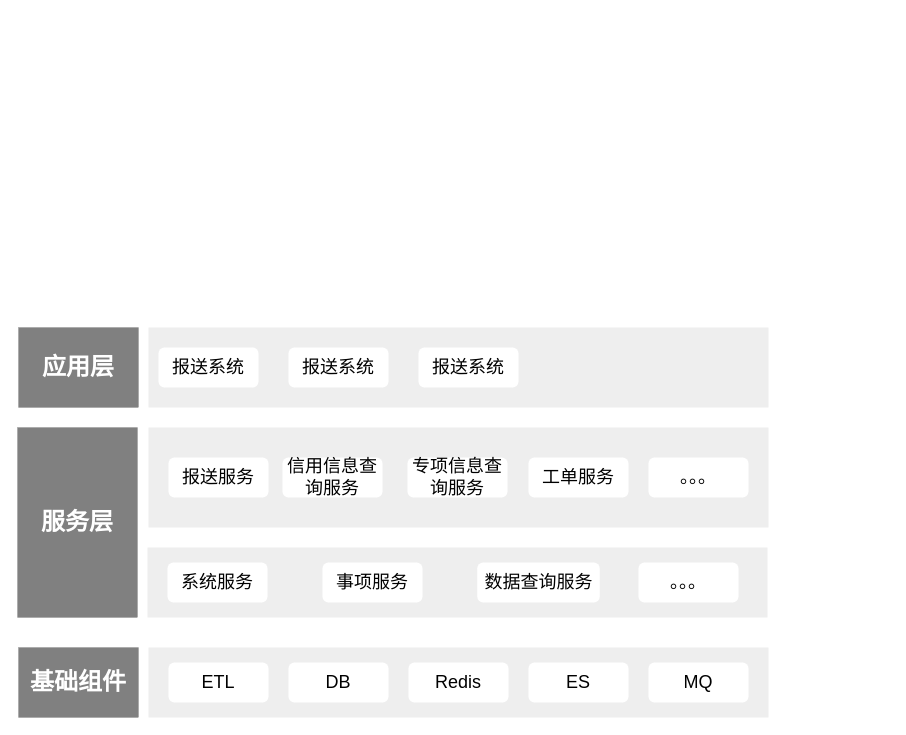
This is 未命名绘图.drawio from dxg547781493/-, a draw.io file, before an edit. Source tidied: cells renumbered, new cells numbered last; positions are measured from the earlier drawing's top-left corner, leaving out a move shared by most shapes. Both pictures are drawn from the tidied source at 100%, with x=0, y=0 at pixel (17, 317).
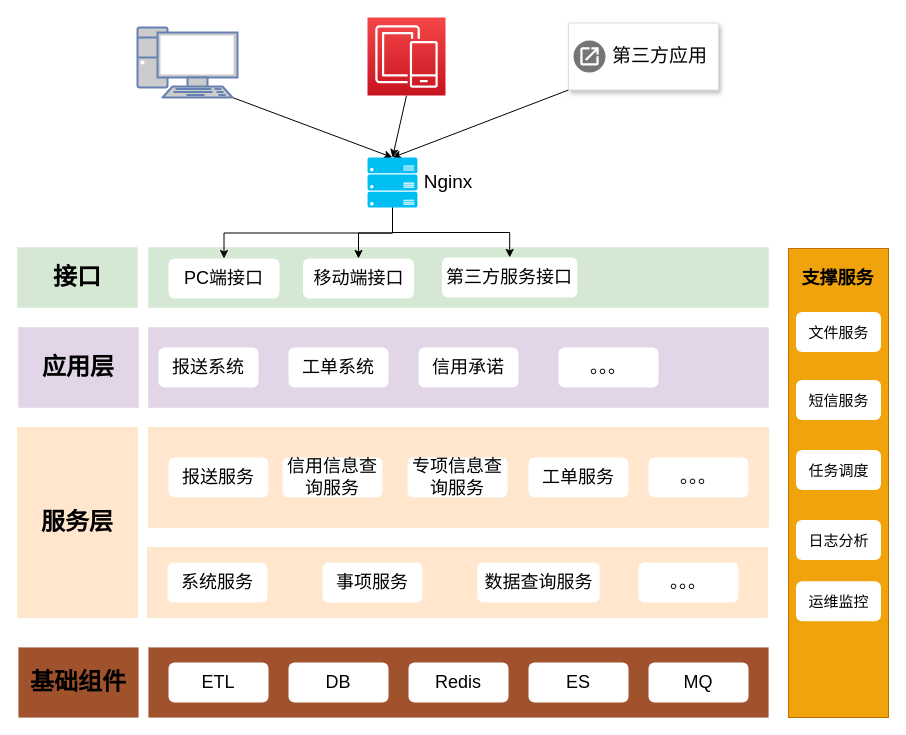
The same page after the edit.

Commit message:
未命名绘图.drawio

What changed in the source:
```diff
@@
-    <mxCell id="2" value="基础组件" style="rounded=0;whiteSpace=wrap;html=1;fontSize=24;fillColor=#808080;fontColor=#FFFFFF;strokeWidth=0;fontStyle=1;" parent="1" vertex="1">
+    <mxCell id="2" value="基础组件" style="rounded=0;whiteSpace=wrap;html=1;fontSize=24;fillColor=#a0522d;fontColor=#000000;strokeWidth=0;fontStyle=1;strokeColor=#6D1F00;" parent="1" vertex="1">
       <mxGeometry x="1" y="330" width="120" height="70" as="geometry" />
     </mxCell>
-    <mxCell id="3" style="rounded=0;whiteSpace=wrap;html=1;fontSize=18;fillColor=#eeeeee;strokeColor=none;strokeWidth=0;" parent="1" vertex="1">
+    <mxCell id="3" style="rounded=0;whiteSpace=wrap;html=1;fontSize=18;fillColor=#a0522d;strokeColor=#6D1F00;strokeWidth=0;fontColor=#ffffff;" parent="1" vertex="1">
       <mxGeometry x="131" y="330" width="620" height="70" as="geometry" />
     </mxCell>
@@
-    <mxCell id="9" value="服务层" style="rounded=0;whiteSpace=wrap;html=1;fontSize=24;fillColor=#808080;fontColor=#FFFFFF;strokeWidth=0;fontStyle=1;" parent="1" vertex="1">
+    <mxCell id="9" value="服务层" style="rounded=0;whiteSpace=wrap;html=1;fontSize=24;fillColor=#ffe6cc;strokeWidth=0;fontStyle=1;strokeColor=#d79b00;" parent="1" vertex="1">
       <mxGeometry y="110" width="120" height="190" as="geometry" />
     </mxCell>
-    <mxCell id="10" style="rounded=0;whiteSpace=wrap;html=1;fontSize=18;fillColor=#eeeeee;strokeColor=none;strokeWidth=0;" parent="1" vertex="1">
+    <mxCell id="10" style="rounded=0;whiteSpace=wrap;html=1;fontSize=18;fillColor=#ffe6cc;strokeColor=#d79b00;strokeWidth=0;" parent="1" vertex="1">
       <mxGeometry x="130" y="230" width="620" height="70" as="geometry" />
     </mxCell>
@@
-    <mxCell id="14" style="rounded=0;whiteSpace=wrap;html=1;fontSize=18;fillColor=#eeeeee;strokeColor=none;strokeWidth=0;" parent="1" vertex="1">
+    <mxCell id="14" style="rounded=0;whiteSpace=wrap;html=1;fontSize=18;fillColor=#ffe6cc;strokeColor=#d79b00;strokeWidth=0;" parent="1" vertex="1">
       <mxGeometry x="131" y="110" width="620" height="100" as="geometry" />
     </mxCell>
@@
-    <mxCell id="21" value="应用层" style="rounded=0;whiteSpace=wrap;html=1;fontSize=24;fillColor=#808080;fontColor=#FFFFFF;strokeWidth=0;fontStyle=1;" parent="1" vertex="1">
+    <mxCell id="21" value="应用层" style="rounded=0;whiteSpace=wrap;html=1;fontSize=24;fillColor=#e1d5e7;strokeWidth=0;fontStyle=1;strokeColor=#9673a6;" parent="1" vertex="1">
       <mxGeometry x="1" y="10" width="120" height="80" as="geometry" />
     </mxCell>
-    <mxCell id="22" style="rounded=0;whiteSpace=wrap;html=1;fontSize=18;fillColor=#eeeeee;strokeColor=none;strokeWidth=0;" parent="1" vertex="1">
+    <mxCell id="22" style="rounded=0;whiteSpace=wrap;html=1;fontSize=18;fillColor=#e1d5e7;strokeColor=#9673a6;strokeWidth=0;" parent="1" vertex="1">
       <mxGeometry x="131" y="10" width="620" height="80" as="geometry" />
     </mxCell>
@@
-    <mxCell id="24" value="报送系统" style="rounded=1;fontSize=18;direction=west;whiteSpace=wrap;html=1;horizontal=0;verticalAlign=middle;flipH=0;flipV=0;rotation=90;strokeColor=none;" parent="1" vertex="1">
+    <mxCell id="24" value="工单系统" style="rounded=1;fontSize=18;direction=west;whiteSpace=wrap;html=1;horizontal=0;verticalAlign=middle;flipH=0;flipV=0;rotation=90;strokeColor=none;" parent="1" vertex="1">
       <mxGeometry x="301" width="40" height="100" as="geometry" />
     </mxCell>
-    <mxCell id="25" value="报送系统" style="rounded=1;fontSize=18;direction=west;whiteSpace=wrap;html=1;horizontal=0;verticalAlign=middle;flipH=0;flipV=0;rotation=90;strokeColor=none;" parent="1" vertex="1">
+    <mxCell id="25" value="信用承诺" style="rounded=1;fontSize=18;direction=west;whiteSpace=wrap;html=1;horizontal=0;verticalAlign=middle;flipH=0;flipV=0;rotation=90;strokeColor=none;" parent="1" vertex="1">
       <mxGeometry x="431" width="40" height="100" as="geometry" />
     </mxCell>
+    <mxCell id="26" value="接口" style="rounded=0;whiteSpace=wrap;html=1;fontSize=24;fillColor=#d5e8d4;strokeWidth=0;fontStyle=1;strokeColor=#82b366;" parent="1" vertex="1">
+      <mxGeometry y="-70" width="120" height="60" as="geometry" />
+    </mxCell>
+    <mxCell id="27" style="rounded=0;whiteSpace=wrap;html=1;fontSize=18;fillColor=#d5e8d4;strokeColor=#82b366;strokeWidth=0;" parent="1" vertex="1">
+      <mxGeometry x="131" y="-70" width="620" height="60" as="geometry" />
+    </mxCell>
+    <mxCell id="28" value="PC端接口" style="rounded=1;fontSize=18;direction=west;whiteSpace=wrap;html=1;horizontal=0;verticalAlign=middle;flipH=0;flipV=0;rotation=90;strokeColor=none;" parent="1" vertex="1">
+      <mxGeometry x="186.5" y="-94.5" width="40" height="111" as="geometry" />
+    </mxCell>
+    <mxCell id="29" value="。。。" style="rounded=1;fontSize=18;direction=west;whiteSpace=wrap;html=1;horizontal=0;verticalAlign=middle;flipH=0;flipV=0;rotation=90;strokeColor=none;" parent="1" vertex="1">
+      <mxGeometry x="571" width="40" height="100" as="geometry" />
+    </mxCell>
+    <mxCell id="30" value="移动端接口" style="rounded=1;fontSize=18;direction=west;whiteSpace=wrap;html=1;horizontal=0;verticalAlign=middle;flipH=0;flipV=0;rotation=90;strokeColor=none;" parent="1" vertex="1">
+      <mxGeometry x="321" y="-94.5" width="40" height="111" as="geometry" />
+    </mxCell>
+    <mxCell id="31" value="第三方服务接口" style="rounded=1;fontSize=18;direction=west;whiteSpace=wrap;html=1;horizontal=0;verticalAlign=middle;flipH=0;flipV=0;rotation=90;strokeColor=none;" parent="1" vertex="1">
+      <mxGeometry x="472.2" y="-107.8" width="40" height="135.5" as="geometry" />
+    </mxCell>
+    <mxCell id="32" style="rounded=0;jettySize=auto;html=1;exitX=0.95;exitY=1;exitDx=0;exitDy=0;exitPerimeter=0;entryX=0.5;entryY=0;entryDx=0;entryDy=0;entryPerimeter=0;fontSize=19;" parent="1" edge="1" source="33" target="42">
+      <mxGeometry relative="1" as="geometry" />
+    </mxCell>
+    <mxCell id="33" style="fontColor=#0066CC;verticalAlign=top;verticalLabelPosition=bottom;labelPosition=center;align=center;html=1;outlineConnect=0;fillColor=#CCCCCC;strokeColor=#6881B3;gradientColor=none;gradientDirection=north;strokeWidth=2;shape=mxgraph.networks.pc;" parent="1" vertex="1">
+      <mxGeometry x="120" y="-290" width="100" height="70" as="geometry" />
+    </mxCell>
+    <mxCell id="34" style="edgeStyle=none;rounded=0;jettySize=auto;html=1;exitX=0.5;exitY=1;exitDx=0;exitDy=0;exitPerimeter=0;entryX=0.5;entryY=0;entryDx=0;entryDy=0;entryPerimeter=0;fontSize=19;" parent="1" edge="1" source="35" target="42">
+      <mxGeometry relative="1" as="geometry" />
+    </mxCell>
+    <mxCell id="35" style="sketch=0;points=[[0,0,0],[0.25,0,0],[0.5,0,0],[0.75,0,0],[1,0,0],[0,1,0],[0.25,1,0],[0.5,1,0],[0.75,1,0],[1,1,0],[0,0.25,0],[0,0.5,0],[0,0.75,0],[1,0.25,0],[1,0.5,0],[1,0.75,0]];outlineConnect=0;fontColor=#232F3E;gradientColor=#F54749;gradientDirection=north;fillColor=#C7131F;strokeColor=#ffffff;dashed=0;verticalLabelPosition=bottom;verticalAlign=top;align=center;html=1;fontSize=12;fontStyle=0;shape=mxgraph.aws4.resourceIcon;resIcon=mxgraph.aws4.mobile;" parent="1" vertex="1">
+      <mxGeometry x="350" y="-300" width="78" height="78" as="geometry" />
+    </mxCell>
+    <mxCell id="36" style="edgeStyle=none;rounded=0;jettySize=auto;html=1;exitX=0;exitY=1;exitDx=0;exitDy=0;entryX=0.5;entryY=0;entryDx=0;entryDy=0;entryPerimeter=0;fontSize=19;" parent="1" edge="1" source="37" target="42">
+      <mxGeometry relative="1" as="geometry" />
+    </mxCell>
+    <mxCell id="37" style="strokeColor=#dddddd;shadow=1;strokeWidth=1;rounded=1;absoluteArcSize=1;arcSize=2;fontSize=22;" parent="1" vertex="1">
+      <mxGeometry x="551" y="-294.5" width="150" height="67" as="geometry" />
+    </mxCell>
+    <mxCell id="38" value="第三方应用" style="sketch=0;dashed=0;html=1;fillColor=#757575;strokeColor=none;shape=mxgraph.gcp2.application_system;labelPosition=right;verticalLabelPosition=middle;align=left;verticalAlign=middle;spacingLeft=5;fontSize=19;" parent="37" vertex="1">
+      <mxGeometry y="0.5" width="32" height="32" relative="1" as="geometry">
+        <mxPoint x="5" y="-16" as="offset" />
+      </mxGeometry>
+    </mxCell>
+    <mxCell id="39" style="edgeStyle=orthogonalEdgeStyle;rounded=0;jettySize=auto;html=1;fontSize=19;exitX=0.5;exitY=1;exitDx=0;exitDy=0;exitPerimeter=0;" parent="1" edge="1" source="42" target="31">
+      <mxGeometry relative="1" as="geometry" />
+    </mxCell>
+    <mxCell id="40" style="edgeStyle=orthogonalEdgeStyle;rounded=0;jettySize=auto;html=1;exitX=0.5;exitY=1;exitDx=0;exitDy=0;exitPerimeter=0;fontSize=19;" parent="1" edge="1" source="42" target="28">
+      <mxGeometry relative="1" as="geometry" />
+    </mxCell>
+    <mxCell id="41" style="edgeStyle=orthogonalEdgeStyle;rounded=0;jettySize=auto;html=1;exitX=0.5;exitY=1;exitDx=0;exitDy=0;exitPerimeter=0;entryX=1;entryY=0.5;entryDx=0;entryDy=0;fontSize=19;" parent="1" edge="1" source="42" target="30">
+      <mxGeometry relative="1" as="geometry" />
+    </mxCell>
+    <mxCell id="42" style="verticalLabelPosition=bottom;html=1;verticalAlign=top;align=center;strokeColor=none;fillColor=#00BEF2;shape=mxgraph.azure.server_rack;fontSize=19;" parent="1" vertex="1">
+      <mxGeometry x="350" y="-160" width="50" height="50" as="geometry" />
+    </mxCell>
+    <mxCell id="43" value="Nginx" style="text;html=1;strokeColor=none;fillColor=none;align=center;verticalAlign=middle;whiteSpace=wrap;rounded=0;fontSize=19;" parent="1" vertex="1">
+      <mxGeometry x="401" y="-150" width="60" height="30" as="geometry" />
+    </mxCell>
+    <mxCell id="44" style="rounded=0;whiteSpace=wrap;html=1;fontSize=19;fillColor=#f0a30a;fontColor=#000000;strokeColor=#BD7000;" parent="1" vertex="1">
+      <mxGeometry x="771" y="-69" width="100" height="469" as="geometry" />
+    </mxCell>
+    <mxCell id="45" value="支撑服务" style="rounded=0;fontSize=18;direction=west;whiteSpace=wrap;html=1;horizontal=0;verticalAlign=middle;flipH=0;flipV=0;rotation=90;strokeColor=none;opacity=0;fontStyle=1;" parent="1" vertex="1">
+      <mxGeometry x="801" y="-76.6" width="40" height="75.1" as="geometry" />
+    </mxCell>
+    <mxCell id="46" value="文件服务" style="rounded=1;fontSize=15;direction=west;whiteSpace=wrap;html=1;horizontal=0;verticalAlign=middle;flipH=0;flipV=0;rotation=90;strokeColor=none;" parent="1" vertex="1">
+      <mxGeometry x="801" y="-28" width="40" height="85" as="geometry" />
+    </mxCell>
+    <mxCell id="47" value="短信服务" style="rounded=1;fontSize=15;direction=west;whiteSpace=wrap;html=1;horizontal=0;verticalAlign=middle;flipH=0;flipV=0;rotation=90;strokeColor=none;" parent="1" vertex="1">
+      <mxGeometry x="801" y="40" width="40" height="85" as="geometry" />
+    </mxCell>
+    <mxCell id="48" value="任务调度" style="rounded=1;fontSize=15;direction=west;whiteSpace=wrap;html=1;horizontal=0;verticalAlign=middle;flipH=0;flipV=0;rotation=90;strokeColor=none;" parent="1" vertex="1">
+      <mxGeometry x="801" y="110" width="40" height="85" as="geometry" />
+    </mxCell>
+    <mxCell id="49" value="日志分析" style="rounded=1;fontSize=15;direction=west;whiteSpace=wrap;html=1;horizontal=0;verticalAlign=middle;flipH=0;flipV=0;rotation=90;strokeColor=none;" parent="1" vertex="1">
+      <mxGeometry x="801" y="180" width="40" height="85" as="geometry" />
+    </mxCell>
+    <mxCell id="50" value="运维监控" style="rounded=1;fontSize=15;direction=west;whiteSpace=wrap;html=1;horizontal=0;verticalAlign=middle;flipH=0;flipV=0;rotation=90;strokeColor=none;" parent="1" vertex="1">
+      <mxGeometry x="801" y="241.2" width="40" height="85" as="geometry" />
+    </mxCell>
```
